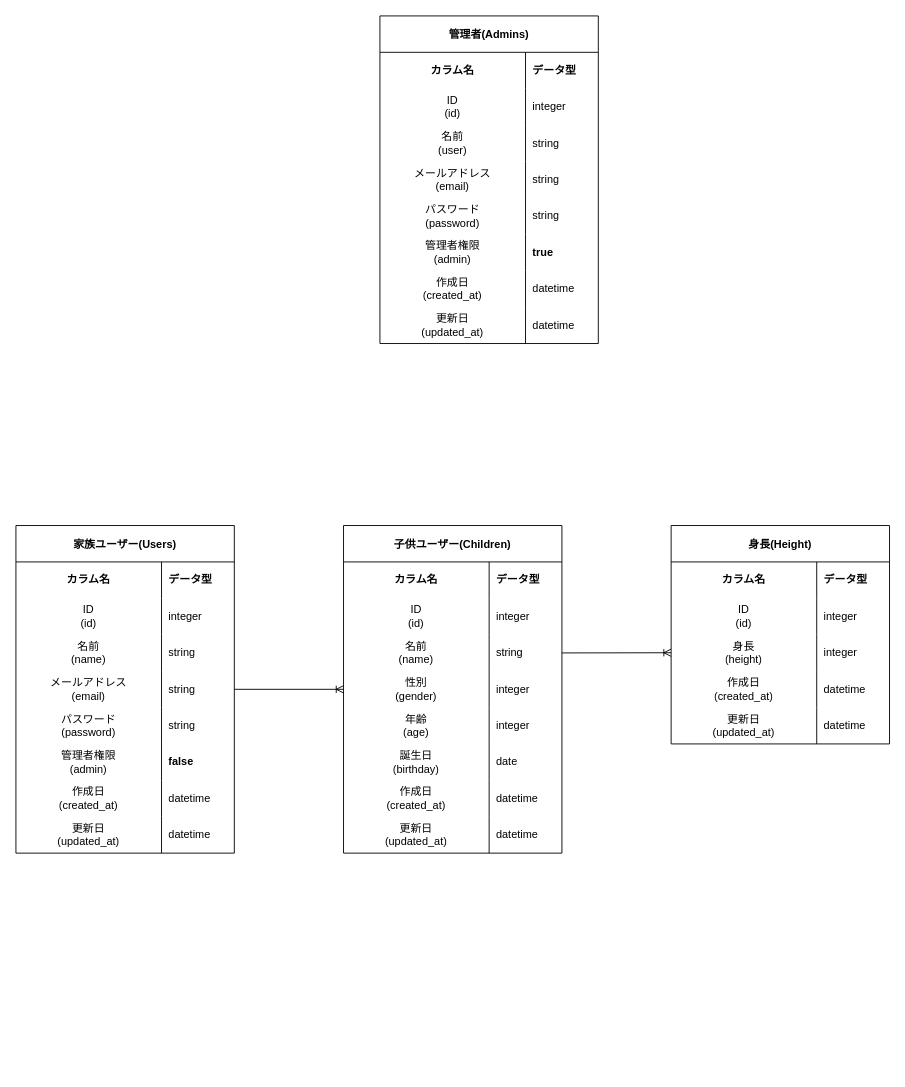
The draw.io diagram coyell.drawio in piroriki/coyell_port, before the edit. Source tidied: cells renumbered, new cells numbered last; positions are measured from the earlier drawing's top-left corner, leaving out a move shared by most shapes. Both pictures are drawn from the tidied source at 91%, with x=0, y=0 at pixel (15, 15).
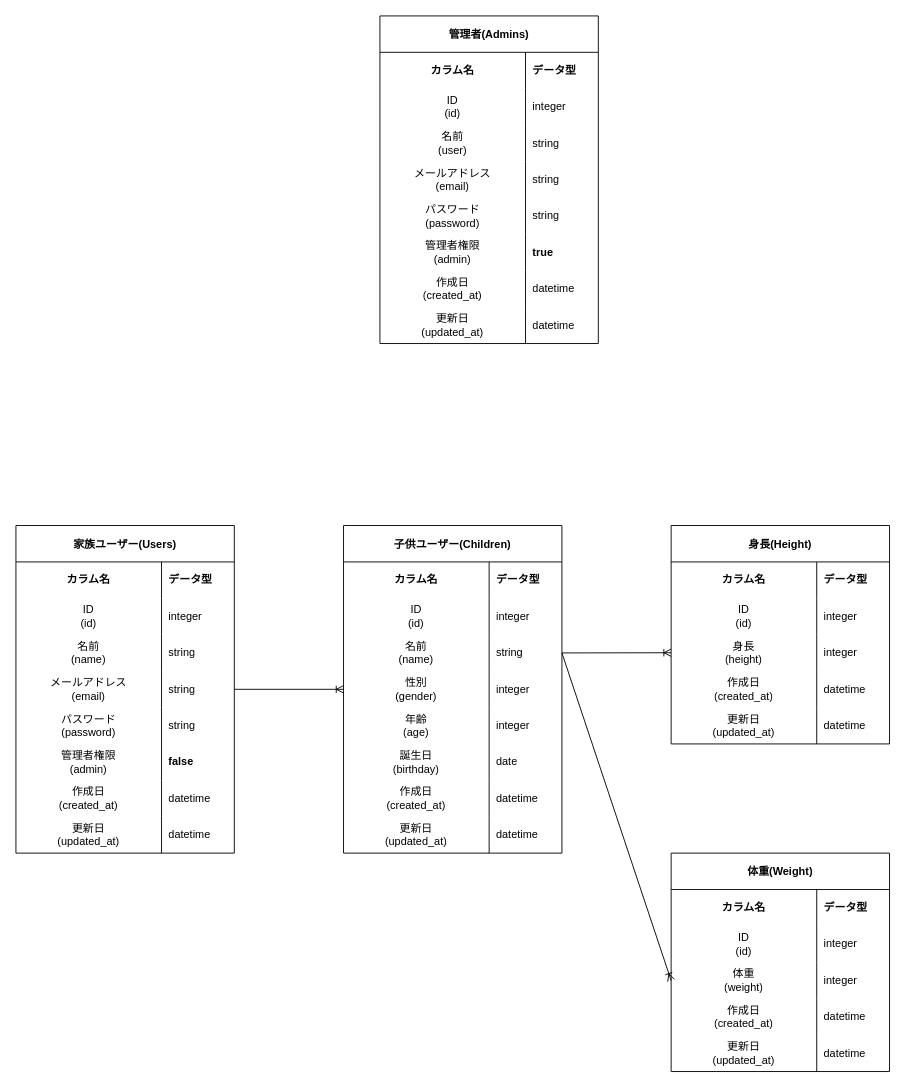
After the change.

Commit message:
ER図にweightモデル追加

Unchanged cells that the change refers to:
```xml
<mxCell id="59" style="shape=tableRow;horizontal=0;startSize=0;swimlaneHead=0;swimlaneBody=0;top=0;left=0;bottom=0;right=0;fillColor=none;points=[[0,0.5],[1,0.5]];portConstraint=eastwest;" parent="52" vertex="1">
  <mxGeometry y="120" width="240" height="40" as="geometry" />
</mxCell>
```

Diff of the diagram source:
```diff
@@
+    <mxCell id="96" value="体重(Weight)" style="shape=table;startSize=40;childLayout=tableLayout;rowLines=0;fontStyle=1;" parent="1" vertex="1">
+      <mxGeometry x="720" y="920" width="240" height="240" as="geometry" />
+    </mxCell>
+    <mxCell id="97" style="shape=tableRow;horizontal=0;startSize=0;swimlaneHead=0;swimlaneBody=0;top=0;left=0;bottom=0;right=0;fillColor=none;" parent="96" vertex="1">
+      <mxGeometry y="40" width="240" height="40" as="geometry" />
+    </mxCell>
+    <mxCell id="98" value="&lt;b&gt;カラム名&lt;/b&gt;" style="shape=partialRectangle;html=1;whiteSpace=wrap;fillColor=none;top=0;left=0;bottom=0;right=0;overflow=hidden;" parent="97" vertex="1">
+      <mxGeometry width="160" height="40" as="geometry" />
+    </mxCell>
+    <mxCell id="99" value="&lt;b&gt;データ型&lt;/b&gt;" style="shape=partialRectangle;html=1;whiteSpace=wrap;fillColor=none;top=0;left=0;bottom=0;right=0;align=left;spacingLeft=6;overflow=hidden;" parent="97" vertex="1">
+      <mxGeometry x="160" width="80" height="40" as="geometry" />
+    </mxCell>
+    <mxCell id="100" style="shape=tableRow;horizontal=0;startSize=0;swimlaneHead=0;swimlaneBody=0;top=0;left=0;bottom=0;right=0;fillColor=none;" parent="96" vertex="1">
+      <mxGeometry y="80" width="240" height="40" as="geometry" />
+    </mxCell>
+    <mxCell id="101" value="ID&lt;br&gt;(id)" style="shape=partialRectangle;html=1;whiteSpace=wrap;fillColor=none;top=0;left=0;bottom=0;right=0;overflow=hidden;" parent="100" vertex="1">
+      <mxGeometry width="160" height="40" as="geometry" />
+    </mxCell>
+    <mxCell id="102" value="integer" style="shape=partialRectangle;html=1;whiteSpace=wrap;fillColor=none;top=0;left=0;bottom=0;right=0;align=left;spacingLeft=6;overflow=hidden;" parent="100" vertex="1">
+      <mxGeometry x="160" width="80" height="40" as="geometry" />
+    </mxCell>
+    <mxCell id="103" style="shape=tableRow;horizontal=0;startSize=0;swimlaneHead=0;swimlaneBody=0;top=0;left=0;bottom=0;right=0;fillColor=none;points=[[0,0.5],[1,0.5]];portConstraint=eastwest;" parent="96" vertex="1">
+      <mxGeometry y="120" width="240" height="40" as="geometry" />
+    </mxCell>
+    <mxCell id="104" value="体重&lt;br&gt;(weight)" style="shape=partialRectangle;html=1;whiteSpace=wrap;fillColor=none;top=0;left=0;bottom=0;right=0;overflow=hidden;" parent="103" vertex="1">
+      <mxGeometry width="160" height="40" as="geometry" />
+    </mxCell>
+    <mxCell id="105" value="integer" style="shape=partialRectangle;html=1;whiteSpace=wrap;fillColor=none;top=0;left=0;bottom=0;right=0;align=left;spacingLeft=6;overflow=hidden;" parent="103" vertex="1">
+      <mxGeometry x="160" width="80" height="40" as="geometry" />
+    </mxCell>
+    <mxCell id="106" style="shape=tableRow;horizontal=0;startSize=0;swimlaneHead=0;swimlaneBody=0;top=0;left=0;bottom=0;right=0;fillColor=none;" parent="96" vertex="1">
+      <mxGeometry y="160" width="240" height="40" as="geometry" />
+    </mxCell>
+    <mxCell id="107" value="作成日&lt;br&gt;(created_at)" style="shape=partialRectangle;html=1;whiteSpace=wrap;fillColor=none;top=0;left=0;bottom=0;right=0;overflow=hidden;" parent="106" vertex="1">
+      <mxGeometry width="160" height="40" as="geometry" />
+    </mxCell>
+    <mxCell id="108" value="datetime" style="shape=partialRectangle;html=1;whiteSpace=wrap;fillColor=none;top=0;left=0;bottom=0;right=0;align=left;spacingLeft=6;overflow=hidden;" parent="106" vertex="1">
+      <mxGeometry x="160" width="80" height="40" as="geometry" />
+    </mxCell>
+    <mxCell id="109" style="shape=tableRow;horizontal=0;startSize=0;swimlaneHead=0;swimlaneBody=0;top=0;left=0;bottom=0;right=0;fillColor=none;" parent="96" vertex="1">
+      <mxGeometry y="200" width="240" height="40" as="geometry" />
+    </mxCell>
+    <mxCell id="110" value="更新日&lt;br&gt;(updated_at)" style="shape=partialRectangle;html=1;whiteSpace=wrap;fillColor=none;top=0;left=0;bottom=0;right=0;overflow=hidden;" parent="109" vertex="1">
+      <mxGeometry width="160" height="40" as="geometry" />
+    </mxCell>
+    <mxCell id="111" value="datetime" style="shape=partialRectangle;html=1;whiteSpace=wrap;fillColor=none;top=0;left=0;bottom=0;right=0;align=left;spacingLeft=6;overflow=hidden;" parent="109" vertex="1">
+      <mxGeometry x="160" width="80" height="40" as="geometry" />
+    </mxCell>
+    <mxCell id="112" style="edgeStyle=none;html=1;exitX=1;exitY=0.5;exitDx=0;exitDy=0;entryX=0;entryY=0.5;entryDx=0;entryDy=0;endArrow=ERoneToMany;endFill=0;" parent="1" edge="1" source="59" target="103">
+      <mxGeometry relative="1" as="geometry" />
+    </mxCell>
```
